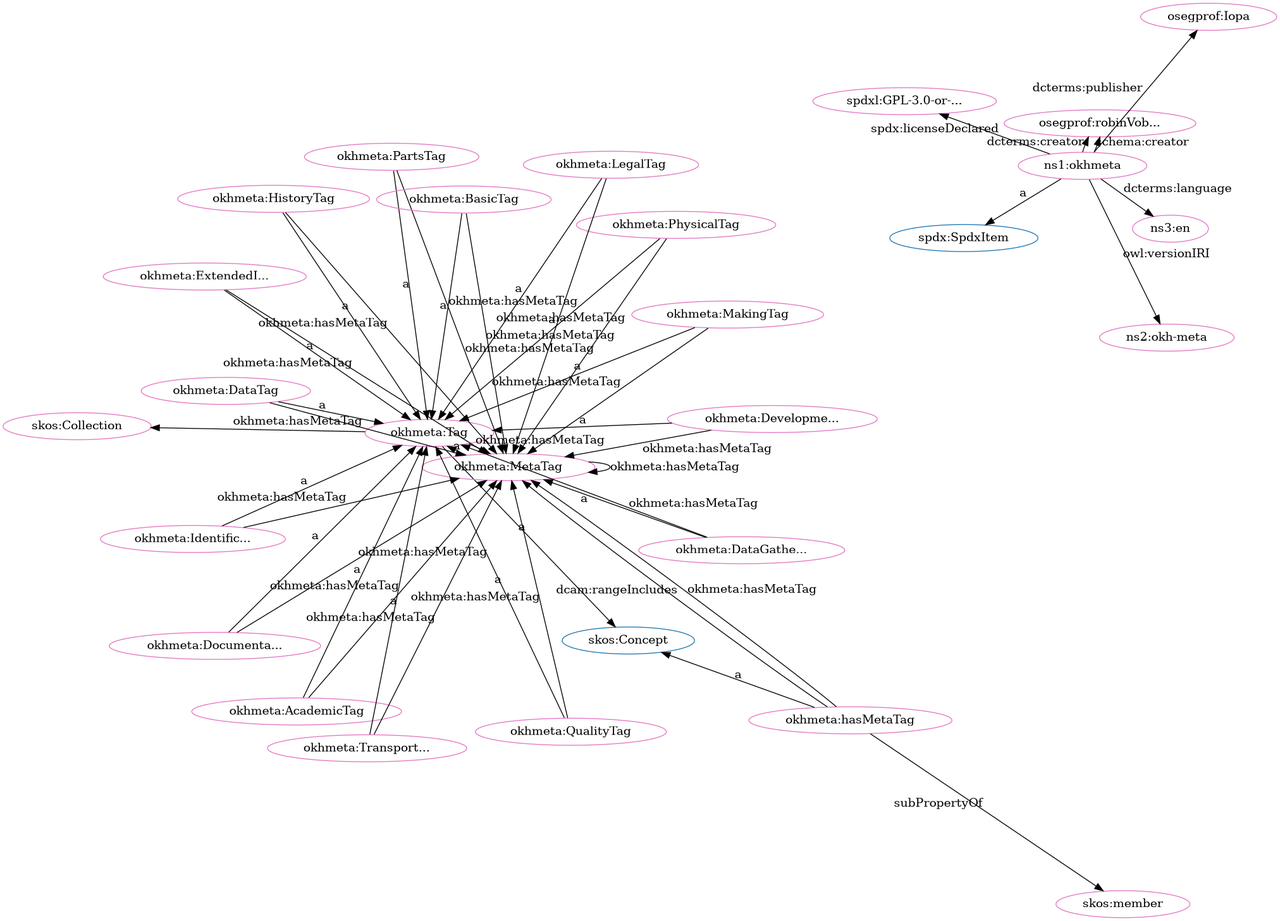
iop-alliance/OpenKnowHow keeps this Graphviz diagram as src/spec/fdp_okh-meta-clean.png. Above is the earlier version. Its source is kept beside it as src/spec/fdp_okh-meta-clean.dot.
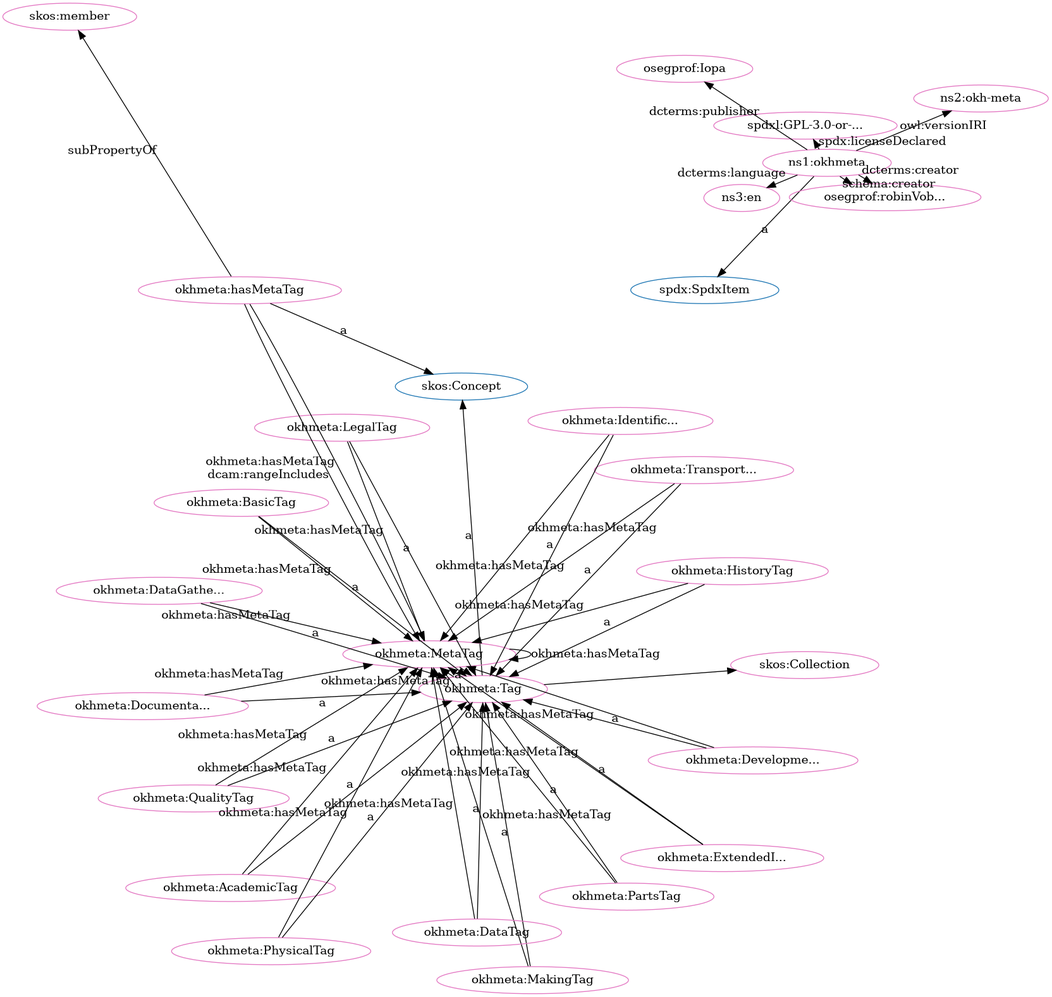
After the change.

Diff of the diagram source:
```diff
@@ -1,80 +1,80 @@
 digraph G {
   rankdir=BT
   node[height=.3]
+"http://www.w3.org/2004/02/skos/core#Collection" [fillcolor="#1f77b4" color="#1f77b4" label="skos:Collection"]
+"http://www.w3.org/2004/02/skos/core#Concept" [fillcolor="#1f77b4" color="#1f77b4" label="skos:Concept"]
+"http://spdx.org/rdf/terms#SpdxItem" [fillcolor="#1f77b4" color="#1f77b4" label="spdx:SpdxItem"]
 "http://w3id.org/oseg/ont/okhmeta#Tag" [fillcolor="#1f77b4" color="#1f77b4" label="okhmeta:Tag"]
-"http://spdx.org/rdf/terms#SpdxItem" [fillcolor="#1f77b4" color="#1f77b4" label="spdx:SpdxItem"]
-"http://www.w3.org/2004/02/skos/core#Concept" [fillcolor="#1f77b4" color="#1f77b4" label="skos:Concept"]
-"http://www.w3.org/2004/02/skos/core#Collection" [fillcolor="#1f77b4" color="#1f77b4" label="skos:Collection"]
-"http://w3id.org/oseg/ont/okhmeta#DataTag" [fillcolor="#e377c2" color="#e377c2" label="okhmeta:DataTag"]
+"http://w3id.org/oseg/ont/okhmeta#HistoryTag" [fillcolor="#e377c2" color="#e377c2" label="okhmeta:HistoryTag"]
+"http://w3id.org/oseg/ont/okhmeta#TransportationTag" [fillcolor="#e377c2" color="#e377c2" label="okhmeta:Transport..."]
+"http://w3id.org/oseg/ont/okhmeta#MakingTag" [fillcolor="#e377c2" color="#e377c2" label="okhmeta:MakingTag"]
 "http://w3id.org/oseg/ont/okhmeta#MetaTag" [fillcolor="#e377c2" color="#e377c2" label="okhmeta:MetaTag"]
 "http://w3id.org/oseg/ont/okhmeta" [fillcolor="#e377c2" color="#e377c2" label="ns1:okhmeta"]
-"http://w3id.org/oseg/ont/okhmeta#HistoryTag" [fillcolor="#e377c2" color="#e377c2" label="okhmeta:HistoryTag"]
+"http://w3id.org/oseg/ont/okhmeta#ExtendedInfoTag" [fillcolor="#e377c2" color="#e377c2" label="okhmeta:ExtendedI..."]
+"http://w3id.org/oseg/ont/okhmeta#AcademicTag" [fillcolor="#e377c2" color="#e377c2" label="okhmeta:AcademicTag"]
+"http://w3id.org/oseg/ont/okhmeta#QualityTag" [fillcolor="#e377c2" color="#e377c2" label="okhmeta:QualityTag"]
+"http://w3id.org/oseg/ont/okhmeta#DataTag" [fillcolor="#e377c2" color="#e377c2" label="okhmeta:DataTag"]
+"http://w3id.org/oseg/ont/oseg-profiles#robinVobruba" [fillcolor="#e377c2" color="#e377c2" label="osegprof:robinVob..."]
+"http://w3id.org/oseg/ont/okhmeta#PhysicalTag" [fillcolor="#e377c2" color="#e377c2" label="okhmeta:PhysicalTag"]
+"http://w3id.org/oseg/ont/okhmeta#DevelopmentTag" [fillcolor="#e377c2" color="#e377c2" label="okhmeta:Developme..."]
+"http://w3id.org/oseg/ont/okhmeta#LegalTag" [fillcolor="#e377c2" color="#e377c2" label="okhmeta:LegalTag"]
 "http://w3id.org/oseg/ont/okhmeta#DataGatheringTag" [fillcolor="#e377c2" color="#e377c2" label="okhmeta:DataGathe..."]
-"http://w3id.org/oseg/ont/okhmeta#PartsTag" [fillcolor="#e377c2" color="#e377c2" label="okhmeta:PartsTag"]
-"http://w3id.org/oseg/ont/okhmeta#AcademicTag" [fillcolor="#e377c2" color="#e377c2" label="okhmeta:AcademicTag"]
-"http://w3id.org/oseg/ont/okhmeta#hasMetaTag" [fillcolor="#e377c2" color="#e377c2" label="okhmeta:hasMetaTag"]
-"http://w3id.org/oseg/ont/okhmeta#QualityTag" [fillcolor="#e377c2" color="#e377c2" label="okhmeta:QualityTag"]
-"http://w3id.org/oseg/ont/1.1.0/okh-meta" [fillcolor="#e377c2" color="#e377c2" label="ns2:okh-meta"]
-"http://w3id.org/oseg/ont/okhmeta#DevelopmentTag" [fillcolor="#e377c2" color="#e377c2" label="okhmeta:Developme..."]
 "http://w3id.org/oseg/ont/okhmeta#Tag" [fillcolor="#e377c2" color="#e377c2" label="okhmeta:Tag"]
-"http://w3id.org/oseg/ont/oseg-profiles#robinVobruba" [fillcolor="#e377c2" color="#e377c2" label="osegprof:robinVob..."]
 "http://www.w3.org/2004/02/skos/core#Collection" [fillcolor="#e377c2" color="#e377c2" label="skos:Collection"]
 "http://w3id.org/oseg/ont/okhmeta#IdentificationTag" [fillcolor="#e377c2" color="#e377c2" label="okhmeta:Identific..."]
+"http://spdx.org/licenses/GPL-3.0-or-later" [fillcolor="#e377c2" color="#e377c2" label="spdxl:GPL-3.0-or-..."]
+"http://w3id.org/oseg/ont/okhmeta#DocumentationTag" [fillcolor="#e377c2" color="#e377c2" label="okhmeta:Documenta..."]
+"http://w3id.org/oseg/ont/1.1.0/okh-meta" [fillcolor="#e377c2" color="#e377c2" label="ns2:okh-meta"]
+"http://w3id.org/oseg/ont/okhmeta#hasMetaTag" [fillcolor="#e377c2" color="#e377c2" label="okhmeta:hasMetaTag"]
 "http://w3id.org/oseg/ont/okhmeta#BasicTag" [fillcolor="#e377c2" color="#e377c2" label="okhmeta:BasicTag"]
-"http://w3id.org/oseg/ont/okhmeta#MakingTag" [fillcolor="#e377c2" color="#e377c2" label="okhmeta:MakingTag"]
 "http://w3id.org/oseg/ont/oseg-profiles#Iopa" [fillcolor="#e377c2" color="#e377c2" label="osegprof:Iopa"]
-"http://w3id.org/oseg/ont/okhmeta#TransportationTag" [fillcolor="#e377c2" color="#e377c2" label="okhmeta:Transport..."]
+"http://id.loc.gov/vocabulary/iso639-1/en" [fillcolor="#e377c2" color="#e377c2" label="ns3:en"]
 "http://www.w3.org/2004/02/skos/core#member" [fillcolor="#e377c2" color="#e377c2" label="skos:member"]
-"http://spdx.org/licenses/GPL-3.0-or-later" [fillcolor="#e377c2" color="#e377c2" label="spdxl:GPL-3.0-or-..."]
-"http://w3id.org/oseg/ont/okhmeta#PhysicalTag" [fillcolor="#e377c2" color="#e377c2" label="okhmeta:PhysicalTag"]
-"http://w3id.org/oseg/ont/okhmeta#ExtendedInfoTag" [fillcolor="#e377c2" color="#e377c2" label="okhmeta:ExtendedI..."]
-"http://w3id.org/oseg/ont/okhmeta#LegalTag" [fillcolor="#e377c2" color="#e377c2" label="okhmeta:LegalTag"]
-"http://w3id.org/oseg/ont/okhmeta#DocumentationTag" [fillcolor="#e377c2" color="#e377c2" label="okhmeta:Documenta..."]
-"http://id.loc.gov/vocabulary/iso639-1/en" [fillcolor="#e377c2" color="#e377c2" label="ns3:en"]
-  "http://w3id.org/oseg/ont/okhmeta#DataGatheringTag" -> "http://w3id.org/oseg/ont/okhmeta#Tag" [label="a"]
-  "http://w3id.org/oseg/ont/okhmeta#ExtendedInfoTag" -> "http://w3id.org/oseg/ont/okhmeta#MetaTag" [label="okhmeta:hasMetaTag"]
-  "http://w3id.org/oseg/ont/okhmeta#PartsTag" -> "http://w3id.org/oseg/ont/okhmeta#Tag" [label="a"]
+"http://w3id.org/oseg/ont/okhmeta#PartsTag" [fillcolor="#e377c2" color="#e377c2" label="okhmeta:PartsTag"]
+  "http://w3id.org/oseg/ont/okhmeta#HistoryTag" -> "http://w3id.org/oseg/ont/okhmeta#Tag" [label="a"]
+  "http://w3id.org/oseg/ont/okhmeta#TransportationTag" -> "http://w3id.org/oseg/ont/okhmeta#Tag" [label="a"]
+  "http://w3id.org/oseg/ont/okhmeta#MakingTag" -> "http://w3id.org/oseg/ont/okhmeta#Tag" [label="a"]
+  "http://w3id.org/oseg/ont/okhmeta#HistoryTag" -> "http://w3id.org/oseg/ont/okhmeta#MetaTag" [label="okhmeta:hasMetaTag"]
+  "http://w3id.org/oseg/ont/okhmeta#AcademicTag" -> "http://w3id.org/oseg/ont/okhmeta#Tag" [label="a"]
   "http://w3id.org/oseg/ont/okhmeta#QualityTag" -> "http://w3id.org/oseg/ont/okhmeta#Tag" [label="a"]
+  "http://w3id.org/oseg/ont/okhmeta#LegalTag" -> "http://w3id.org/oseg/ont/okhmeta#MetaTag" [label="okhmeta:hasMetaTag"]
+  "http://w3id.org/oseg/ont/okhmeta#DataTag" -> "http://w3id.org/oseg/ont/okhmeta#Tag" [label="a"]
+  "http://w3id.org/oseg/ont/okhmeta#AcademicTag" -> "http://w3id.org/oseg/ont/okhmeta#MetaTag" [label="okhmeta:hasMetaTag"]
+  "http://w3id.org/oseg/ont/okhmeta#DataGatheringTag" -> "http://w3id.org/oseg/ont/okhmeta#MetaTag" [label="okhmeta:hasMetaTag"]
+  "http://w3id.org/oseg/ont/okhmeta#QualityTag" -> "http://w3id.org/oseg/ont/okhmeta#MetaTag" [label="okhmeta:hasMetaTag"]
+  "http://w3id.org/oseg/ont/okhmeta#PhysicalTag" -> "http://w3id.org/oseg/ont/okhmeta#Tag" [label="a"]
   "http://w3id.org/oseg/ont/okhmeta#IdentificationTag" -> "http://w3id.org/oseg/ont/okhmeta#MetaTag" [label="okhmeta:hasMetaTag"]
-  "http://w3id.org/oseg/ont/okhmeta#AcademicTag" -> "http://w3id.org/oseg/ont/okhmeta#Tag" [label="a"]
-  "http://w3id.org/oseg/ont/okhmeta" -> "http://w3id.org/oseg/ont/1.1.0/okh-meta" [label="owl:versionIRI"]
-  "http://w3id.org/oseg/ont/okhmeta" -> "http://w3id.org/oseg/ont/oseg-profiles#robinVobruba" [label="dcterms:creator"]
-  "http://w3id.org/oseg/ont/okhmeta#Tag" -> "http://www.w3.org/2004/02/skos/core#Collection" [label=""]
-  "http://w3id.org/oseg/ont/okhmeta#IdentificationTag" -> "http://w3id.org/oseg/ont/okhmeta#Tag" [label="a"]
-  "http://w3id.org/oseg/ont/okhmeta#BasicTag" -> "http://w3id.org/oseg/ont/okhmeta#Tag" [label="a"]
-  "http://w3id.org/oseg/ont/okhmeta#hasMetaTag" -> "http://w3id.org/oseg/ont/okhmeta#MetaTag" [label="dcam:rangeIncludes"]
-  "http://w3id.org/oseg/ont/okhmeta#LegalTag" -> "http://w3id.org/oseg/ont/okhmeta#MetaTag" [label="okhmeta:hasMetaTag"]
-  "http://w3id.org/oseg/ont/okhmeta" -> "http://w3id.org/oseg/ont/oseg-profiles#Iopa" [label="dcterms:publisher"]
-  "http://w3id.org/oseg/ont/okhmeta#DocumentationTag" -> "http://w3id.org/oseg/ont/okhmeta#MetaTag" [label="okhmeta:hasMetaTag"]
-  "http://w3id.org/oseg/ont/okhmeta#MakingTag" -> "http://w3id.org/oseg/ont/okhmeta#MetaTag" [label="okhmeta:hasMetaTag"]
-  "http://w3id.org/oseg/ont/okhmeta#DataTag" -> "http://w3id.org/oseg/ont/okhmeta#MetaTag" [label="okhmeta:hasMetaTag"]
-  "http://w3id.org/oseg/ont/okhmeta" -> "http://spdx.org/licenses/GPL-3.0-or-later" [label="spdx:licenseDeclared"]
-  "http://w3id.org/oseg/ont/okhmeta#HistoryTag" -> "http://w3id.org/oseg/ont/okhmeta#MetaTag" [label="okhmeta:hasMetaTag"]
-  "http://w3id.org/oseg/ont/okhmeta#ExtendedInfoTag" -> "http://w3id.org/oseg/ont/okhmeta#Tag" [label="a"]
-  "http://w3id.org/oseg/ont/okhmeta#DevelopmentTag" -> "http://w3id.org/oseg/ont/okhmeta#MetaTag" [label="okhmeta:hasMetaTag"]
-  "http://w3id.org/oseg/ont/okhmeta#LegalTag" -> "http://w3id.org/oseg/ont/okhmeta#Tag" [label="a"]
-  "http://w3id.org/oseg/ont/okhmeta" -> "http://w3id.org/oseg/ont/oseg-profiles#robinVobruba" [label="schema:creator"]
-  "http://w3id.org/oseg/ont/okhmeta#DocumentationTag" -> "http://w3id.org/oseg/ont/okhmeta#Tag" [label="a"]
-  "http://w3id.org/oseg/ont/okhmeta" -> "http://id.loc.gov/vocabulary/iso639-1/en" [label="dcterms:language"]
-  "http://w3id.org/oseg/ont/okhmeta#PhysicalTag" -> "http://w3id.org/oseg/ont/okhmeta#MetaTag" [label="okhmeta:hasMetaTag"]
-  "http://w3id.org/oseg/ont/okhmeta#DataTag" -> "http://w3id.org/oseg/ont/okhmeta#Tag" [label="a"]
-  "http://w3id.org/oseg/ont/okhmeta#HistoryTag" -> "http://w3id.org/oseg/ont/okhmeta#Tag" [label="a"]
-  "http://w3id.org/oseg/ont/okhmeta" -> "http://spdx.org/rdf/terms#SpdxItem" [label="a"]
-  "http://w3id.org/oseg/ont/okhmeta#Tag" -> "http://w3id.org/oseg/ont/okhmeta#MetaTag" [label="okhmeta:hasMetaTag"]
   "http://w3id.org/oseg/ont/okhmeta#hasMetaTag" -> "http://w3id.org/oseg/ont/okhmeta#MetaTag" [label="okhmeta:hasMetaTag"]
   "http://w3id.org/oseg/ont/okhmeta#DevelopmentTag" -> "http://w3id.org/oseg/ont/okhmeta#Tag" [label="a"]
+  "http://w3id.org/oseg/ont/okhmeta#PhysicalTag" -> "http://w3id.org/oseg/ont/okhmeta#MetaTag" [label="okhmeta:hasMetaTag"]
+  "http://w3id.org/oseg/ont/okhmeta#BasicTag" -> "http://w3id.org/oseg/ont/okhmeta#MetaTag" [label="okhmeta:hasMetaTag"]
+  "http://w3id.org/oseg/ont/okhmeta#DevelopmentTag" -> "http://w3id.org/oseg/ont/okhmeta#MetaTag" [label="okhmeta:hasMetaTag"]
+  "http://w3id.org/oseg/ont/okhmeta#MetaTag" -> "http://w3id.org/oseg/ont/okhmeta#Tag" [label="a"]
+  "http://w3id.org/oseg/ont/okhmeta#MakingTag" -> "http://w3id.org/oseg/ont/okhmeta#MetaTag" [label="okhmeta:hasMetaTag"]
+  "http://w3id.org/oseg/ont/okhmeta" -> "http://spdx.org/licenses/GPL-3.0-or-later" [label="spdx:licenseDeclared"]
+  "http://w3id.org/oseg/ont/okhmeta#DocumentationTag" -> "http://w3id.org/oseg/ont/okhmeta#Tag" [label="a"]
+  "http://w3id.org/oseg/ont/okhmeta" -> "http://spdx.org/rdf/terms#SpdxItem" [label="a"]
+  "http://w3id.org/oseg/ont/okhmeta#hasMetaTag" -> "http://www.w3.org/2004/02/skos/core#member" [label="subPropertyOf"]
+  "http://w3id.org/oseg/ont/okhmeta#hasMetaTag" -> "http://www.w3.org/2004/02/skos/core#Concept" [label="a"]
+  "http://w3id.org/oseg/ont/okhmeta#PartsTag" -> "http://w3id.org/oseg/ont/okhmeta#Tag" [label="a"]
+  "http://w3id.org/oseg/ont/okhmeta" -> "http://w3id.org/oseg/ont/oseg-profiles#robinVobruba" [label="dcterms:creator"]
+  "http://w3id.org/oseg/ont/okhmeta#TransportationTag" -> "http://w3id.org/oseg/ont/okhmeta#MetaTag" [label="okhmeta:hasMetaTag"]
+  "http://w3id.org/oseg/ont/okhmeta#hasMetaTag" -> "http://w3id.org/oseg/ont/okhmeta#MetaTag" [label="dcam:rangeIncludes"]
+  "http://w3id.org/oseg/ont/okhmeta#ExtendedInfoTag" -> "http://w3id.org/oseg/ont/okhmeta#Tag" [label="a"]
+  "http://w3id.org/oseg/ont/okhmeta" -> "http://w3id.org/oseg/ont/oseg-profiles#robinVobruba" [label="schema:creator"]
+  "http://w3id.org/oseg/ont/okhmeta#MetaTag" -> "http://w3id.org/oseg/ont/okhmeta#MetaTag" [label="okhmeta:hasMetaTag"]
+  "http://w3id.org/oseg/ont/okhmeta#DataTag" -> "http://w3id.org/oseg/ont/okhmeta#MetaTag" [label="okhmeta:hasMetaTag"]
+  "http://w3id.org/oseg/ont/okhmeta#DocumentationTag" -> "http://w3id.org/oseg/ont/okhmeta#MetaTag" [label="okhmeta:hasMetaTag"]
+  "http://w3id.org/oseg/ont/okhmeta#LegalTag" -> "http://w3id.org/oseg/ont/okhmeta#Tag" [label="a"]
+  "http://w3id.org/oseg/ont/okhmeta#PartsTag" -> "http://w3id.org/oseg/ont/okhmeta#MetaTag" [label="okhmeta:hasMetaTag"]
+  "http://w3id.org/oseg/ont/okhmeta#DataGatheringTag" -> "http://w3id.org/oseg/ont/okhmeta#Tag" [label="a"]
   "http://w3id.org/oseg/ont/okhmeta#Tag" -> "http://www.w3.org/2004/02/skos/core#Concept" [label="a"]
-  "http://w3id.org/oseg/ont/okhmeta#PartsTag" -> "http://w3id.org/oseg/ont/okhmeta#MetaTag" [label="okhmeta:hasMetaTag"]
-  "http://w3id.org/oseg/ont/okhmeta#TransportationTag" -> "http://w3id.org/oseg/ont/okhmeta#MetaTag" [label="okhmeta:hasMetaTag"]
-  "http://w3id.org/oseg/ont/okhmeta#AcademicTag" -> "http://w3id.org/oseg/ont/okhmeta#MetaTag" [label="okhmeta:hasMetaTag"]
-  "http://w3id.org/oseg/ont/okhmeta#QualityTag" -> "http://w3id.org/oseg/ont/okhmeta#MetaTag" [label="okhmeta:hasMetaTag"]
-  "http://w3id.org/oseg/ont/okhmeta#MakingTag" -> "http://w3id.org/oseg/ont/okhmeta#Tag" [label="a"]
-  "http://w3id.org/oseg/ont/okhmeta#BasicTag" -> "http://w3id.org/oseg/ont/okhmeta#MetaTag" [label="okhmeta:hasMetaTag"]
-  "http://w3id.org/oseg/ont/okhmeta#hasMetaTag" -> "http://www.w3.org/2004/02/skos/core#Concept" [label="a"]
-  "http://w3id.org/oseg/ont/okhmeta#TransportationTag" -> "http://w3id.org/oseg/ont/okhmeta#Tag" [label="a"]
-  "http://w3id.org/oseg/ont/okhmeta#hasMetaTag" -> "http://www.w3.org/2004/02/skos/core#member" [label="subPropertyOf"]
-  "http://w3id.org/oseg/ont/okhmeta#MetaTag" -> "http://w3id.org/oseg/ont/okhmeta#MetaTag" [label="okhmeta:hasMetaTag"]
-  "http://w3id.org/oseg/ont/okhmeta#PhysicalTag" -> "http://w3id.org/oseg/ont/okhmeta#Tag" [label="a"]
-  "http://w3id.org/oseg/ont/okhmeta#DataGatheringTag" -> "http://w3id.org/oseg/ont/okhmeta#MetaTag" [label="okhmeta:hasMetaTag"]
-  "http://w3id.org/oseg/ont/okhmeta#MetaTag" -> "http://w3id.org/oseg/ont/okhmeta#Tag" [label="a"]
+  "http://w3id.org/oseg/ont/okhmeta#IdentificationTag" -> "http://w3id.org/oseg/ont/okhmeta#Tag" [label="a"]
+  "http://w3id.org/oseg/ont/okhmeta#Tag" -> "http://www.w3.org/2004/02/skos/core#Collection" [label=""]
+  "http://w3id.org/oseg/ont/okhmeta#Tag" -> "http://w3id.org/oseg/ont/okhmeta#MetaTag" [label="okhmeta:hasMetaTag"]
+  "http://w3id.org/oseg/ont/okhmeta#ExtendedInfoTag" -> "http://w3id.org/oseg/ont/okhmeta#MetaTag" [label="okhmeta:hasMetaTag"]
+  "http://w3id.org/oseg/ont/okhmeta" -> "http://w3id.org/oseg/ont/1.1.0/okh-meta" [label="owl:versionIRI"]
+  "http://w3id.org/oseg/ont/okhmeta#BasicTag" -> "http://w3id.org/oseg/ont/okhmeta#Tag" [label="a"]
+  "http://w3id.org/oseg/ont/okhmeta" -> "http://w3id.org/oseg/ont/oseg-profiles#Iopa" [label="dcterms:publisher"]
+  "http://w3id.org/oseg/ont/okhmeta" -> "http://id.loc.gov/vocabulary/iso639-1/en" [label="dcterms:language"]
 }
```
